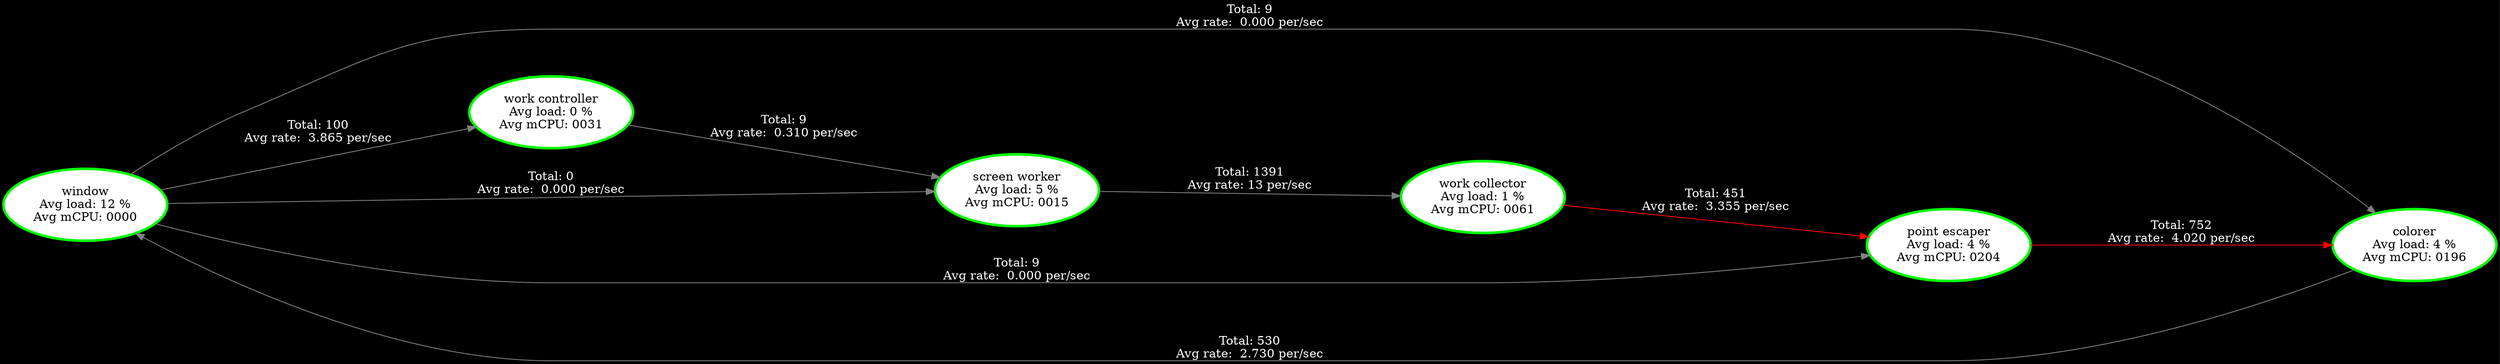
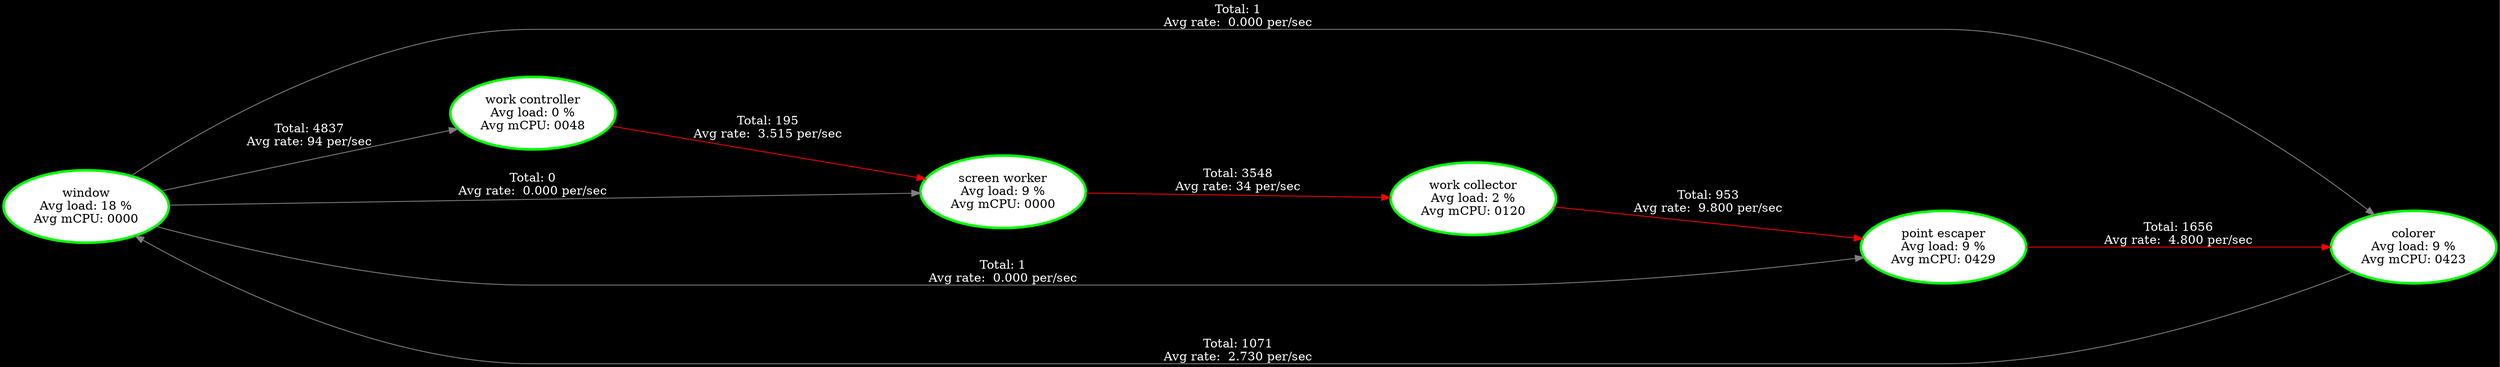
digraph G {
rankdir=LR;
graph [nodesep=.5, ranksep=2.5];
node [margin=0.1];
node [style=filled, fillcolor=white, fontcolor=black];
edge [color=white, fontcolor=white];
graph [bgcolor=black];
"window" [label="window
- Avg load: 12 %
+ Avg load: 18 %
Avg mCPU: 0000
- ", tooltip="window\n\nThreadId(15) Core:4\nWindow 12.8 secs\n--- Stats ---\nAvg load: 12 %\nAvg mCPU: 0000 \n", color="green", penwidth=3 ];
+ ", tooltip="window\n\nThreadId(14) Core:4\nWindow 12.8 secs\n--- Stats ---\nAvg load: 18 %\nAvg mCPU: 0000 \n", color="green", penwidth=3 ];
"colorer" [label="colorer
- Avg load: 4 %
- Avg mCPU: 0196
- ", tooltip="colorer\n\nThreadId(16) Core:5\nWindow 12.8 secs\n--- Stats ---\nAvg load: 4 %\nAvg mCPU: 0196 \n", color="green", penwidth=3 ];
+ Avg load: 9 %
+ Avg mCPU: 0423
+ ", tooltip="colorer\n\nThreadId(15) Core:5\nWindow 12.8 secs\n--- Stats ---\nAvg load: 9 %\nAvg mCPU: 0423 \n", color="green", penwidth=3 ];
"work controller" [label="work controller
Avg load: 0 %
- Avg mCPU: 0031
- ", tooltip="work controller\n\nThreadId(17) Core:6\nWindow 12.8 secs\n--- Stats ---\nAvg load: 0 %\nAvg mCPU: 0031 \n", color="green", penwidth=3 ];
+ Avg mCPU: 0048
+ ", tooltip="work controller\n\nThreadId(16) Core:6\nWindow 12.8 secs\n--- Stats ---\nAvg load: 0 %\nAvg mCPU: 0048 \n", color="green", penwidth=3 ];
"screen worker" [label="screen worker
- Avg load: 5 %
- Avg mCPU: 0015
- ", tooltip="screen worker\n\nThreadId(18) Core:1\nWindow 12.8 secs\n--- Stats ---\nAvg load: 5 %\nAvg mCPU: 0015 \n", color="green", penwidth=3 ];
+ Avg load: 9 %
+ Avg mCPU: 0000
+ ", tooltip="screen worker\n\nThreadId(17) Core:1\nWindow 12.8 secs\n--- Stats ---\nAvg load: 9 %\nAvg mCPU: 0000 \n", color="green", penwidth=3 ];
"work collector" [label="work collector
- Avg load: 1 %
- Avg mCPU: 0061
- ", tooltip="work collector\n\nThreadId(19) Core:2\nWindow 12.8 secs\n--- Stats ---\nAvg load: 1 %\nAvg mCPU: 0061 \n", color="green", penwidth=3 ];
+ Avg load: 2 %
+ Avg mCPU: 0120
+ ", tooltip="work collector\n\nThreadId(18) Core:2\nWindow 12.8 secs\n--- Stats ---\nAvg load: 2 %\nAvg mCPU: 0120 \n", color="green", penwidth=3 ];
"point escaper" [label="point escaper
- Avg load: 4 %
- Avg mCPU: 0204
- ", tooltip="point escaper\n\nThreadId(20) Core:3\nWindow 12.8 secs\n--- Stats ---\nAvg load: 4 %\nAvg mCPU: 0204 \n", color="green", penwidth=3 ];
- "colorer" -> "window" [label="Total: 530
+ Avg load: 9 %
+ Avg mCPU: 0429
+ ", tooltip="point escaper\n\nThreadId(19) Core:3\nWindow 12.8 secs\n--- Stats ---\nAvg load: 9 %\nAvg mCPU: 0429 \n", color="green", penwidth=3 ];
+ "colorer" -> "window" [label="Total: 1071
Avg rate:  2.730 per/sec
- ", tooltip="Window: 25.6 secs\nCH#3: Data\n Capacity: 2\n Volume: 1 (Total: 530)\n Saturation: 0%\n", color="#808080", penwidth=1];
- "point escaper" -> "colorer" [label="Total: 752
- Avg rate:  4.020 per/sec
- ", tooltip="Window: 25.6 secs\nCH#9: Data\n Capacity: 2\n Volume: 2 (Total: 752)\n Saturation: 100%\n", color="#FF0000", penwidth=1];
- "screen worker" -> "work collector" [label="Total: 1391
- Avg rate: 13 per/sec
- ", tooltip="Window: 25.6 secs\nCH#14: Data\n Capacity: 50\n Volume: 0 (Total: 1391)\n Saturation: 0%\n", color="#808080", penwidth=1];
- "window" -> "colorer" [label="Total: 9
+ ", tooltip="Window: 25.6 secs\nCH#9: Data\n Capacity: 2\n Volume: 1 (Total: 1071)\n Saturation: 0%\n", color="#808080", penwidth=1];
+ "point escaper" -> "colorer" [label="Total: 1656
+ Avg rate:  4.800 per/sec
+ ", tooltip="Window: 25.6 secs\nCH#8: Data\n Capacity: 2\n Volume: 4 (Total: 1656)\n Saturation: 0%\n", color="#FF0000", penwidth=1];
+ "screen worker" -> "work collector" [label="Total: 3548
+ Avg rate: 34 per/sec
+ ", tooltip="Window: 25.6 secs\nCH#17: Data\n Capacity: 50\n Volume: 50 (Total: 3548)\n Saturation: 30%\n", color="#FF0000", penwidth=1];
+ "window" -> "colorer" [label="Total: 1
Avg rate:  0.000 per/sec
- ", tooltip="Window: 25.6 secs\nCH#1: Data\n Capacity: 50\n Volume: 0 (Total: 9)\n Saturation: 0%\n", color="#808080", penwidth=1];
- "window" -> "point escaper" [label="Total: 9
+ ", tooltip="Window: 25.6 secs\nCH#1: Data\n Capacity: 50\n Volume: 0 (Total: 1)\n Saturation: 0%\n", color="#808080", penwidth=1];
+ "window" -> "point escaper" [label="Total: 1
Avg rate:  0.000 per/sec
- ", tooltip="Window: 25.6 secs\nCH#2: Data\n Capacity: 50\n Volume: 0 (Total: 9)\n Saturation: 0%\n", color="#808080", penwidth=1];
+ ", tooltip="Window: 25.6 secs\nCH#2: Data\n Capacity: 50\n Volume: 0 (Total: 1)\n Saturation: 0%\n", color="#808080", penwidth=1];
"window" -> "screen worker" [label="Total: 0
Avg rate:  0.000 per/sec
- ", tooltip="Window: 25.6 secs\nCH#5: Data\n Capacity: 50\n Volume: 0 (Total: 0)\n Saturation: 0%\n", color="#808080", penwidth=1];
- "window" -> "work controller" [label="Total: 100
- Avg rate:  3.865 per/sec
- ", tooltip="Window: 25.6 secs\nCH#4: Data\n Capacity: 50\n Volume: 0 (Total: 100)\n Saturation: 0%\n", color="#808080", penwidth=1];
- "work collector" -> "point escaper" [label="Total: 451
- Avg rate:  3.355 per/sec
- ", tooltip="Window: 25.6 secs\nCH#15: Data\n Capacity: 2\n Volume: 0 (Total: 451)\n Saturation: 0%\n", color="#FF0000", penwidth=1];
- "work controller" -> "screen worker" [label="Total: 9
- Avg rate:  0.310 per/sec
- ", tooltip="Window: 25.6 secs\nCH#10: Data\n Capacity: 2\n Volume: 0 (Total: 9)\n Saturation: 0%\n", color="#808080", penwidth=1];
+ ", tooltip="Window: 25.6 secs\nCH#13: Data\n Capacity: 50\n Volume: 0 (Total: 0)\n Saturation: 0%\n", color="#808080", penwidth=1];
+ "window" -> "work controller" [label="Total: 4837
+ Avg rate: 94 per/sec
+ ", tooltip="Window: 25.6 secs\nCH#3: Data\n Capacity: 50\n Volume: 26 (Total: 4837)\n Saturation: 76%\n", color="#808080", penwidth=1];
+ "work collector" -> "point escaper" [label="Total: 953
+ Avg rate:  9.800 per/sec
+ ", tooltip="Window: 25.6 secs\nCH#18: Data\n Capacity: 2\n Volume: 2 (Total: 953)\n Saturation: 100%\n", color="#FF0000", penwidth=1];
+ "work controller" -> "screen worker" [label="Total: 195
+ Avg rate:  3.515 per/sec
+ ", tooltip="Window: 25.6 secs\nCH#4: Data\n Capacity: 2\n Volume: 0 (Total: 195)\n Saturation: 100%\n", color="#FF0000", penwidth=1];
}
